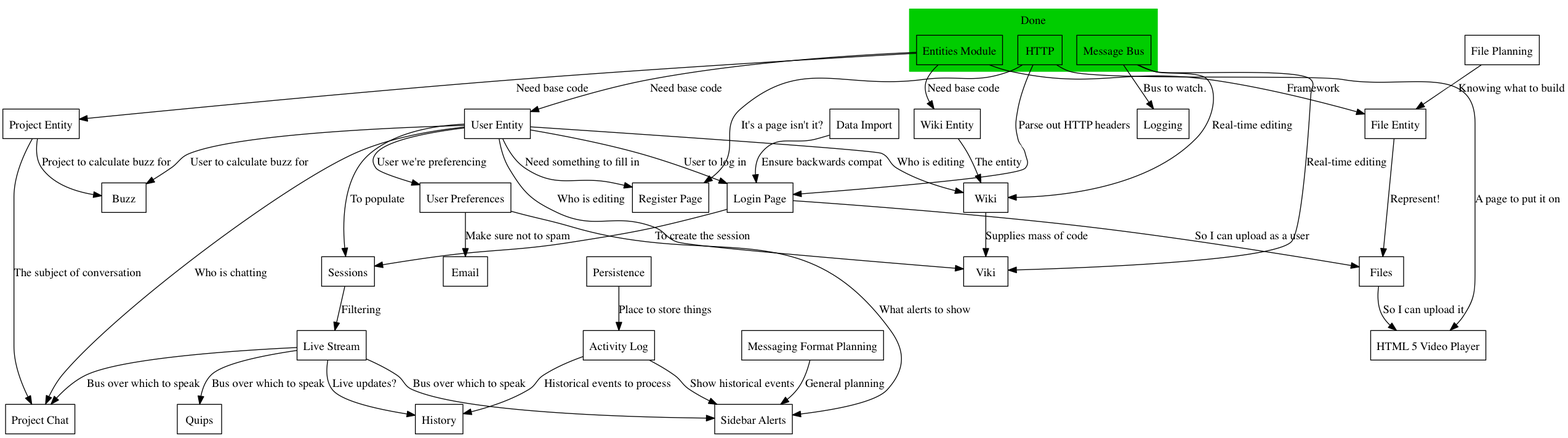
Earlier version of the Graphviz export needed.png (negativeview/Velour-1.5). Its source is kept beside it as needed.dot.
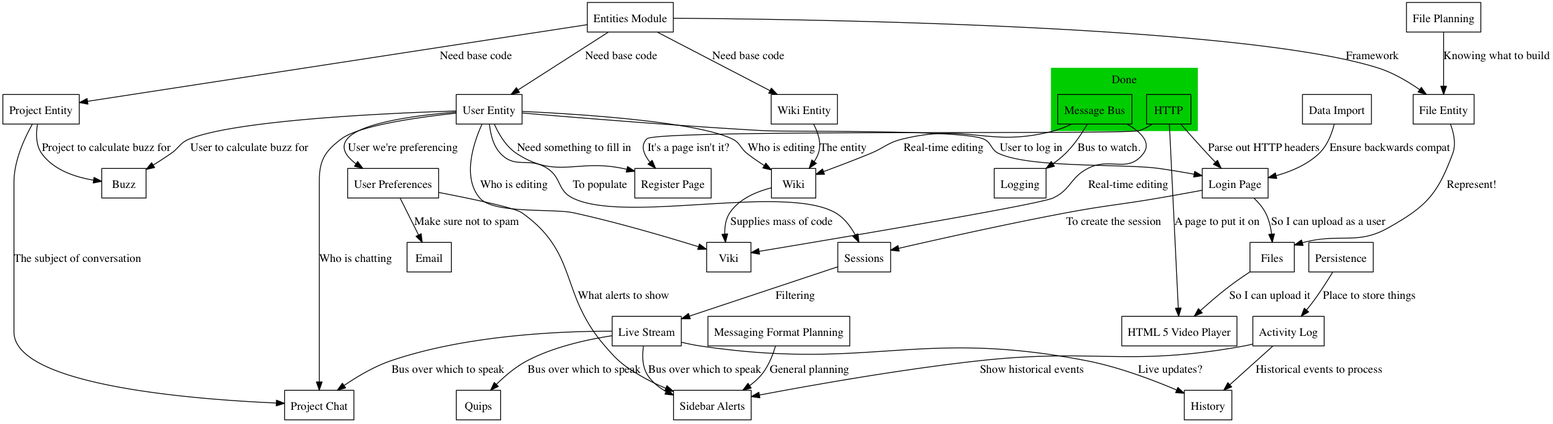
The same file after the commit.

Commit message:
Update needed dot and start the entity server.

Change to the diagram source:
```diff
@@ -7,7 +7,6 @@
         style=filled;
 		color=green3;
 
-        entities [ label="Entities Module" ];
         http_framework [ label="HTTP" ];
         message_bus [ label="Message Bus" ];
     }
@@ -17,6 +16,7 @@
     buzz [ label="Buzz" ];
     data_import [ label="Data Import" ];
     email [ label="Email" ];
+    entities [ label="Entities Module" ];
     file_planning [ label="File Planning" ];
     file_entity [ label="File Entity" ];
     files [ label="Files" ];
```
